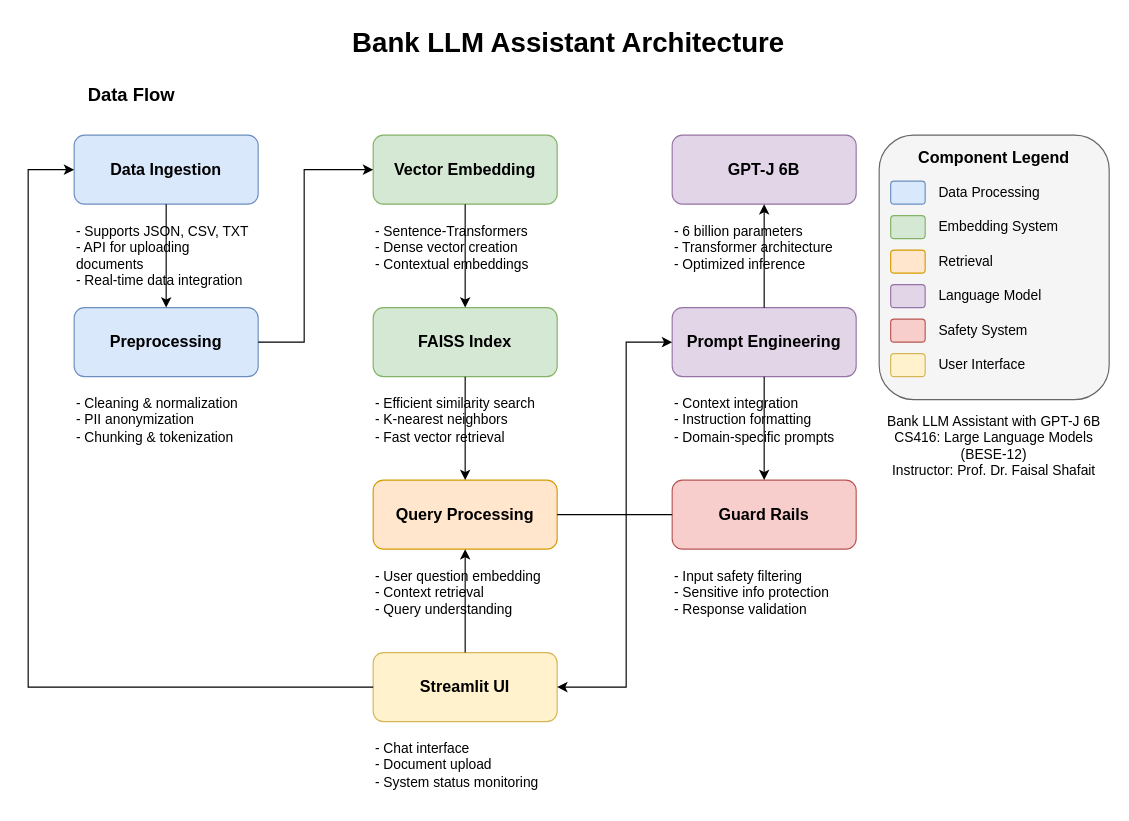
Before: architecture.drawio in mtahakhan07/bank-llm-assistant, a draw.io diagram. Source tidied: cells renumbered, new cells numbered last; positions are measured from the earlier drawing's top-left corner, leaving out a move shared by most shapes. Both pictures are drawn from the tidied source at 115%, with x=0, y=0 at pixel (28, 20).
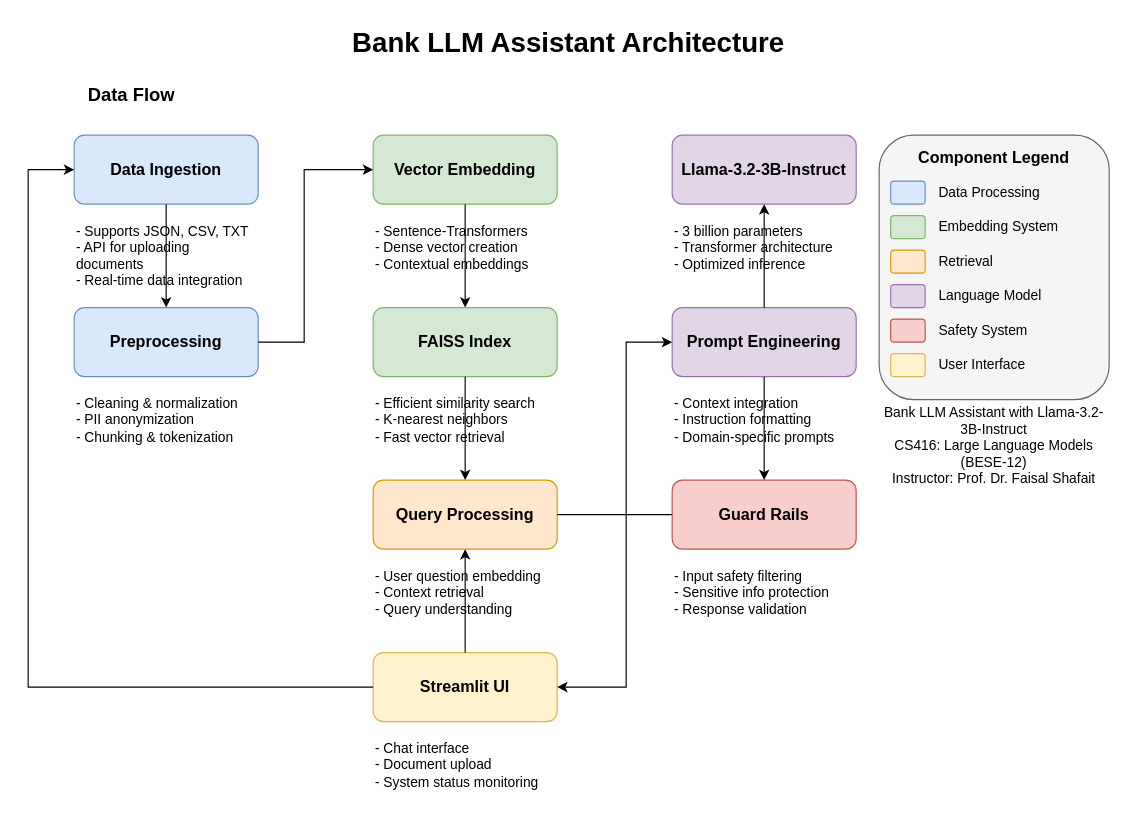
The same page after the edit.

Commit message (it also covers changes not shown here):
Using llama 3.2 as our llm now

Diff of the diagram source:
```diff
@@
-    <mxCell id="14" value="GPT-J 6B" style="rounded=1;whiteSpace=wrap;html=1;fillColor=#e1d5e7;strokeColor=#9673a6;fontSize=14;fontStyle=1;" parent="1" vertex="1">
+    <mxCell id="14" value="Llama-3.2-3B-Instruct" style="rounded=1;whiteSpace=wrap;html=1;fillColor=#e1d5e7;strokeColor=#9673a6;fontSize=14;fontStyle=1;" parent="1" vertex="1">
       <mxGeometry x="560" y="100" width="160" height="60" as="geometry" />
     </mxCell>
-    <mxCell id="15" value="- 6 billion parameters&#10;- Transformer architecture&#10;- Optimized inference" style="text;html=1;strokeColor=none;fillColor=none;align=left;verticalAlign=top;whiteSpace=wrap;rounded=0;" parent="1" vertex="1">
+    <mxCell id="15" value="- 3 billion parameters&#10;- Transformer architecture&#10;- Optimized inference" style="text;html=1;strokeColor=none;fillColor=none;align=left;verticalAlign=top;whiteSpace=wrap;rounded=0;" parent="1" vertex="1">
       <mxGeometry x="560" y="170" width="160" height="60" as="geometry" />
     </mxCell>
@@
-    <mxCell id="46" value="Bank LLM Assistant with GPT-J 6B&#10;CS416: Large Language Models (BESE-12)&#10;Instructor: Prof. Dr. Faisal Shafait" style="text;html=1;strokeColor=none;fillColor=none;align=center;verticalAlign=middle;whiteSpace=wrap;rounded=0;fontSize=12;" parent="1" vertex="1">
+    <mxCell id="46" value="Bank LLM Assistant with Llama-3.2-3B-Instruct&#10;CS416: Large Language Models (BESE-12)&#10;Instructor: Prof. Dr. Faisal Shafait" style="text;html=1;strokeColor=none;fillColor=none;align=center;verticalAlign=middle;whiteSpace=wrap;rounded=0;fontSize=12;" parent="1" vertex="1">
       <mxGeometry x="740" y="340" width="200" height="60" as="geometry" />
     </mxCell>
```
